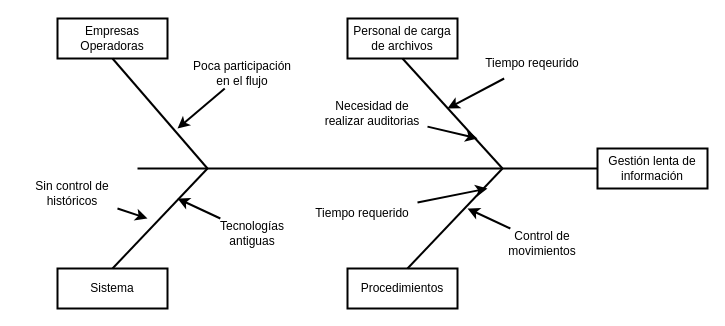
HoliSoyTamo/Diagramas keeps this draw.io diagram as page "Pecaito" (2 of 2) of Proyecto PreProfesional.drawio. Above is the earlier version. Source tidied: cells renumbered, new cells numbered last; positions are measured from the earlier drawing's top-left corner, leaving out a move shared by most shapes. Both pictures are drawn from the tidied source at 100%, with x=0, y=0 at pixel (17, 18).
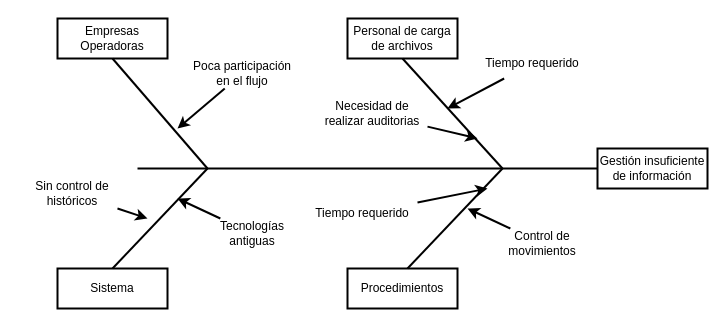
The same page after the edit.

What changed in the source:
```diff
@@
-    <mxCell id="2" value="&lt;font color=&quot;#000000&quot; style=&quot;line-height: 1; font-size: 12px;&quot;&gt;Gestión lenta de información&lt;/font&gt;" style="rounded=0;whiteSpace=wrap;html=1;strokeWidth=2;fontSize=12;fontColor=#FFFFFF;align=center;verticalAlign=middle;" parent="1" vertex="1">
+    <mxCell id="2" value="&lt;font color=&quot;#000000&quot; style=&quot;line-height: 1; font-size: 12px;&quot;&gt;Gestión insuficiente de información&lt;/font&gt;" style="rounded=0;whiteSpace=wrap;html=1;strokeWidth=2;fontSize=12;fontColor=#FFFFFF;align=center;verticalAlign=middle;" parent="1" vertex="1">
       <mxGeometry x="580" y="130" width="110" height="40" as="geometry" />
     </mxCell>
@@
-    <mxCell id="11" value="Tiempo reqeurido" style="text;html=1;strokeColor=none;fillColor=none;align=center;verticalAlign=middle;whiteSpace=wrap;rounded=0;strokeWidth=2;fontSize=12;fontColor=#000000;" parent="1" vertex="1">
+    <mxCell id="11" value="Tiempo requerido" style="text;html=1;strokeColor=none;fillColor=none;align=center;verticalAlign=middle;whiteSpace=wrap;rounded=0;strokeWidth=2;fontSize=12;fontColor=#000000;" parent="1" vertex="1">
       <mxGeometry x="460" y="30" width="110" height="30" as="geometry" />
     </mxCell>
```
